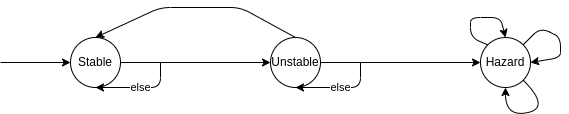
The draw.io diagram CyberPhysical_5790/HW4/ex4.3.drawio.png in ctrayn/USUFall2023, before a commit. Source tidied: cells renumbered, new cells last; positions are measured from the earlier drawing's top-left corner, leaving out a move shared by most shapes.
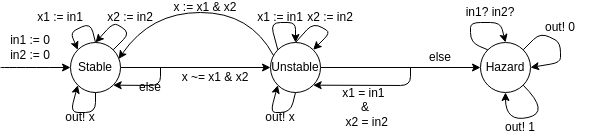
The same diagram one commit later.

What changed in the source:
```diff
@@ -11,33 +11,25 @@
     <mxCell id="4" style="edgeStyle=none;html=1;exitX=1;exitY=0.5;exitDx=0;exitDy=0;entryX=0;entryY=0.5;entryDx=0;entryDy=0;" parent="1" edge="1" source="6" target="7">
       <mxGeometry relative="1" as="geometry" />
     </mxCell>
-    <mxCell id="5" style="edgeStyle=none;html=1;exitX=0.5;exitY=0;exitDx=0;exitDy=0;entryX=0.5;entryY=0;entryDx=0;entryDy=0;" parent="1" edge="1" source="6" target="3">
-      <mxGeometry relative="1" as="geometry">
-        <Array as="points">
-          <mxPoint x="240" />
-          <mxPoint x="160" />
-        </Array>
-      </mxGeometry>
-    </mxCell>
     <mxCell id="6" value="Unstable" style="ellipse;whiteSpace=wrap;html=1;" parent="1" vertex="1">
       <mxGeometry x="270" y="30" width="50" height="50" as="geometry" />
     </mxCell>
     <mxCell id="7" value="Hazard" style="ellipse;whiteSpace=wrap;html=1;" parent="1" vertex="1">
       <mxGeometry x="480" y="30" width="50" height="50" as="geometry" />
     </mxCell>
-    <mxCell id="8" value="else" style="endArrow=classic;html=1;entryX=0.5;entryY=1;entryDx=0;entryDy=0;" parent="1" edge="1" target="3">
+    <mxCell id="8" style="endArrow=classic;html=1;entryX=1;entryY=1;entryDx=0;entryDy=0;" parent="1" edge="1" target="3">
       <mxGeometry relative="1" as="geometry">
         <mxPoint x="160" y="55" as="sourcePoint" />
         <Array as="points">
-          <mxPoint x="160" y="80" />
+          <mxPoint x="160" y="73" />
         </Array>
       </mxGeometry>
     </mxCell>
-    <mxCell id="9" value="else" style="endArrow=classic;html=1;entryX=0.5;entryY=1;entryDx=0;entryDy=0;" parent="1" edge="1" target="6">
+    <mxCell id="9" style="endArrow=classic;html=1;entryX=1;entryY=1;entryDx=0;entryDy=0;" parent="1" edge="1" target="6">
       <mxGeometry relative="1" as="geometry">
-        <mxPoint x="360" y="55" as="sourcePoint" />
+        <mxPoint x="410" y="55" as="sourcePoint" />
         <Array as="points">
-          <mxPoint x="360" y="80" />
+          <mxPoint x="410" y="73" />
         </Array>
       </mxGeometry>
     </mxCell>
@@ -72,5 +64,106 @@
         <mxPoint y="55" as="sourcePoint" />
       </mxGeometry>
     </mxCell>
+    <mxCell id="5" style="curved=1;endArrow=classic;html=1;exitX=0.06;exitY=0.26;exitDx=0;exitDy=0;entryX=0.963;entryY=0.329;entryDx=0;entryDy=0;entryPerimeter=0;exitPerimeter=0;" parent="1" edge="1" source="6" target="3">
+      <mxGeometry relative="1" as="geometry">
+        <Array as="points">
+          <mxPoint x="250" />
+          <mxPoint x="150" />
+        </Array>
+      </mxGeometry>
+    </mxCell>
+    <mxCell id="14" value="else" style="text;html=1;strokeColor=none;fillColor=none;align=center;verticalAlign=middle;whiteSpace=wrap;rounded=0;" parent="1" vertex="1">
+      <mxGeometry x="130" y="70" width="40" height="10" as="geometry" />
+    </mxCell>
+    <mxCell id="15" value="else" style="text;html=1;strokeColor=none;fillColor=none;align=center;verticalAlign=middle;whiteSpace=wrap;rounded=0;" parent="1" vertex="1">
+      <mxGeometry x="420" y="40" width="40" height="10" as="geometry" />
+    </mxCell>
+    <mxCell id="16" style="edgeStyle=none;html=1;exitX=0.5;exitY=1;exitDx=0;exitDy=0;entryX=0;entryY=1;entryDx=0;entryDy=0;" parent="1" edge="1" source="3" target="3">
+      <mxGeometry relative="1" as="geometry">
+        <Array as="points">
+          <mxPoint x="95" y="100" />
+          <mxPoint x="70" y="100" />
+        </Array>
+      </mxGeometry>
+    </mxCell>
+    <mxCell id="17" value="out! x" style="text;html=1;strokeColor=none;fillColor=none;align=center;verticalAlign=middle;whiteSpace=wrap;rounded=0;" parent="1" vertex="1">
+      <mxGeometry x="60" y="100" width="40" height="10" as="geometry" />
+    </mxCell>
+    <mxCell id="18" value="x := x1 &amp;amp; x2" style="text;html=1;strokeColor=none;fillColor=none;align=center;verticalAlign=middle;whiteSpace=wrap;rounded=0;" parent="1" vertex="1">
+      <mxGeometry x="160" y="-10" width="90" height="10" as="geometry" />
+    </mxCell>
+    <mxCell id="19" value="x ~= x1 &amp;amp; x2" style="text;html=1;strokeColor=none;fillColor=none;align=center;verticalAlign=middle;whiteSpace=wrap;rounded=0;" parent="1" vertex="1">
+      <mxGeometry x="170" y="60" width="90" height="10" as="geometry" />
+    </mxCell>
+    <mxCell id="20" value="in1 := 0&lt;br&gt;in2 := 0" style="text;html=1;strokeColor=none;fillColor=none;align=center;verticalAlign=middle;whiteSpace=wrap;rounded=0;" parent="1" vertex="1">
+      <mxGeometry y="20" width="60" height="30" as="geometry" />
+    </mxCell>
+    <mxCell id="21" value="x1 = in1 &lt;br&gt;&amp;amp;&lt;br&gt;&amp;nbsp;x2 = in2" style="text;html=1;strokeColor=none;fillColor=none;align=center;verticalAlign=middle;whiteSpace=wrap;rounded=0;" parent="1" vertex="1">
+      <mxGeometry x="335" y="80" width="60" height="30" as="geometry" />
+    </mxCell>
+    <mxCell id="22" style="edgeStyle=none;html=1;exitX=0.5;exitY=0;exitDx=0;exitDy=0;entryX=0;entryY=0;entryDx=0;entryDy=0;" parent="1" edge="1" source="3" target="3">
+      <mxGeometry relative="1" as="geometry">
+        <Array as="points">
+          <mxPoint x="90" y="10" />
+          <mxPoint x="70" y="20" />
+        </Array>
+      </mxGeometry>
+    </mxCell>
+    <mxCell id="23" value="x1 := in1" style="text;html=1;strokeColor=none;fillColor=none;align=center;verticalAlign=middle;whiteSpace=wrap;rounded=0;" parent="1" vertex="1">
+      <mxGeometry x="30" width="60" height="10" as="geometry" />
+    </mxCell>
+    <mxCell id="24" style="edgeStyle=none;html=1;exitX=1;exitY=0;exitDx=0;exitDy=0;entryX=0.5;entryY=0;entryDx=0;entryDy=0;" parent="1" edge="1" source="3" target="3">
+      <mxGeometry relative="1" as="geometry">
+        <Array as="points">
+          <mxPoint x="130" y="20" />
+          <mxPoint x="113" y="10" />
+        </Array>
+      </mxGeometry>
+    </mxCell>
+    <mxCell id="25" value="x2 := in2" style="text;html=1;strokeColor=none;fillColor=none;align=center;verticalAlign=middle;whiteSpace=wrap;rounded=0;" parent="1" vertex="1">
+      <mxGeometry x="100" width="60" height="10" as="geometry" />
+    </mxCell>
+    <mxCell id="26" style="edgeStyle=none;html=1;exitX=0;exitY=0;exitDx=0;exitDy=0;entryX=0.5;entryY=0;entryDx=0;entryDy=0;" parent="1" edge="1" source="6" target="6">
+      <mxGeometry relative="1" as="geometry">
+        <Array as="points">
+          <mxPoint x="270" y="10" />
+          <mxPoint x="295" y="10" />
+        </Array>
+      </mxGeometry>
+    </mxCell>
+    <mxCell id="27" style="edgeStyle=none;html=1;exitX=0.5;exitY=0;exitDx=0;exitDy=0;entryX=1;entryY=0;entryDx=0;entryDy=0;" parent="1" edge="1" source="6" target="6">
+      <mxGeometry relative="1" as="geometry">
+        <Array as="points">
+          <mxPoint x="313" y="10" />
+          <mxPoint x="330" y="20" />
+        </Array>
+      </mxGeometry>
+    </mxCell>
+    <mxCell id="28" value="x2 := in2" style="text;html=1;strokeColor=none;fillColor=none;align=center;verticalAlign=middle;whiteSpace=wrap;rounded=0;" parent="1" vertex="1">
+      <mxGeometry x="300" width="60" height="10" as="geometry" />
+    </mxCell>
+    <mxCell id="29" value="x1 := in1" style="text;html=1;strokeColor=none;fillColor=none;align=center;verticalAlign=middle;whiteSpace=wrap;rounded=0;" parent="1" vertex="1">
+      <mxGeometry x="250" width="60" height="10" as="geometry" />
+    </mxCell>
+    <mxCell id="30" style="edgeStyle=none;html=1;exitX=0.5;exitY=1;exitDx=0;exitDy=0;entryX=0;entryY=1;entryDx=0;entryDy=0;" parent="1" edge="1" source="6" target="6">
+      <mxGeometry relative="1" as="geometry">
+        <Array as="points">
+          <mxPoint x="290" y="100" />
+          <mxPoint x="270" y="100" />
+        </Array>
+      </mxGeometry>
+    </mxCell>
+    <mxCell id="31" value="out! x" style="text;html=1;strokeColor=none;fillColor=none;align=center;verticalAlign=middle;whiteSpace=wrap;rounded=0;" parent="1" vertex="1">
+      <mxGeometry x="260" y="100" width="40" height="10" as="geometry" />
+    </mxCell>
+    <mxCell id="32" value="in1? in2?" style="text;html=1;strokeColor=none;fillColor=none;align=center;verticalAlign=middle;whiteSpace=wrap;rounded=0;" parent="1" vertex="1">
+      <mxGeometry x="460" y="-10" width="60" height="20" as="geometry" />
+    </mxCell>
+    <mxCell id="33" value="out! 1" style="text;html=1;strokeColor=none;fillColor=none;align=center;verticalAlign=middle;whiteSpace=wrap;rounded=0;" parent="1" vertex="1">
+      <mxGeometry x="490" y="110" width="60" height="10" as="geometry" />
+    </mxCell>
+    <mxCell id="34" value="out! 0" style="text;html=1;strokeColor=none;fillColor=none;align=center;verticalAlign=middle;whiteSpace=wrap;rounded=0;" parent="1" vertex="1">
+      <mxGeometry x="530" y="10" width="60" height="10" as="geometry" />
+    </mxCell>
   </root>
 </mxGraphModel>
```
